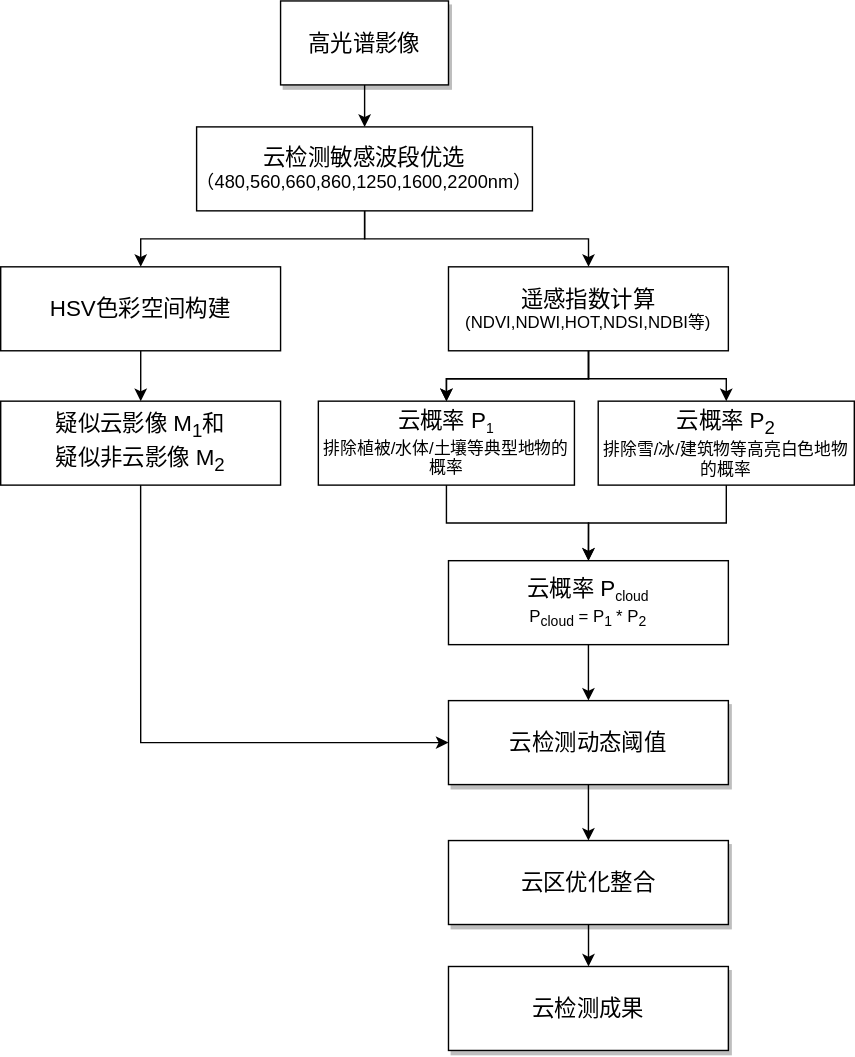
This is 高光谱论文.svg from tianjg/tianjg.github.io, a draw.io export, as it was before one commit. Source tidied: cells renumbered, new cells last; positions are measured from the earlier drawing's top-left corner, leaving out a move shared by most shapes.
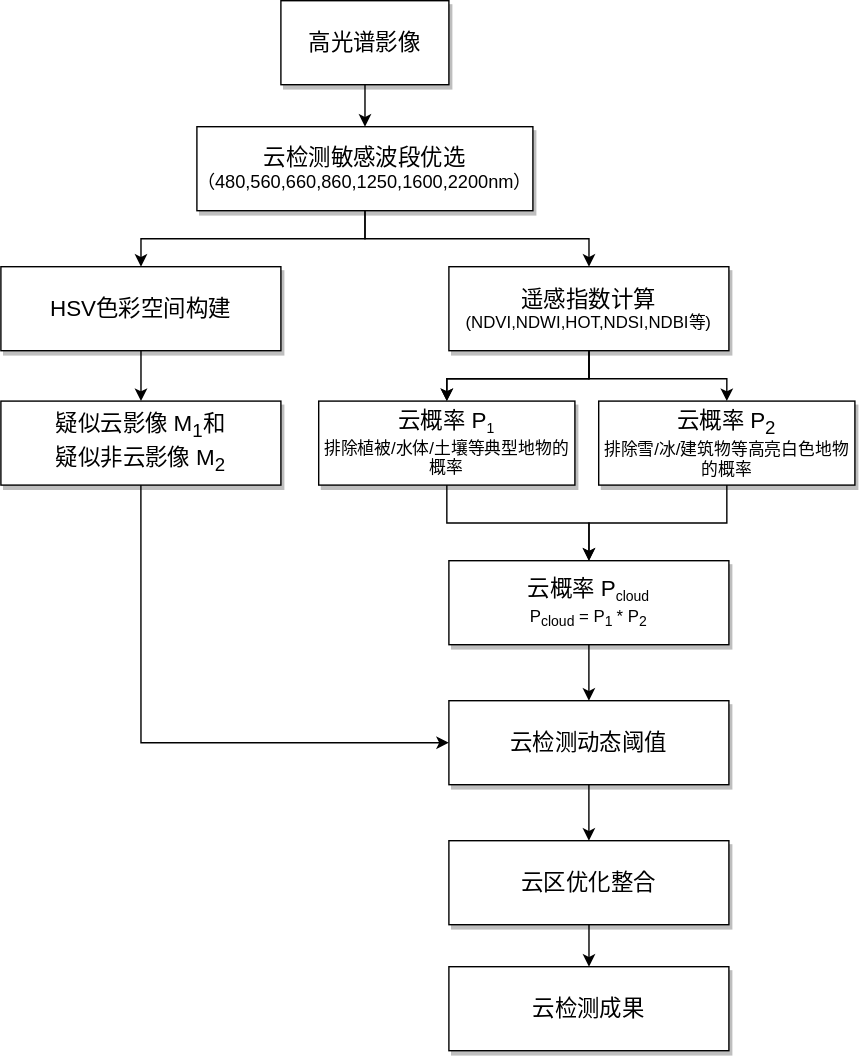
Later version of the same file.

Commit message:
更新高光谱论文.svg

What changed in the source:
```diff
@@ -14,13 +14,13 @@
     <mxCell id="5" style="edgeStyle=orthogonalEdgeStyle;rounded=0;jettySize=auto;html=1;" parent="1" edge="1" source="6" target="12">
       <mxGeometry relative="1" as="geometry" />
     </mxCell>
-    <mxCell id="6" value="&lt;font style=&quot;font-size: 16px&quot;&gt;云检测敏感波段优选&lt;/font&gt;&lt;br style=&quot;box-sizing: content-box ; margin: 0px ; padding: 0px&quot;&gt;&lt;font style=&quot;font-size: 13px&quot;&gt;（480,560,660,860,1250,1600,2200nm）&lt;/font&gt;" style="whiteSpace=wrap;html=1;rounded=0;" parent="1" vertex="1">
+    <mxCell id="6" value="&lt;font style=&quot;font-size: 16px&quot;&gt;云检测敏感波段优选&lt;/font&gt;&lt;br style=&quot;box-sizing: content-box ; margin: 0px ; padding: 0px&quot;&gt;&lt;font style=&quot;font-size: 13px&quot;&gt;（480,560,660,860,1250,1600,2200nm）&lt;/font&gt;" style="whiteSpace=wrap;html=1;rounded=0;shadow=1;" parent="1" vertex="1">
       <mxGeometry x="140" y="90" width="240" height="60" as="geometry" />
     </mxCell>
     <mxCell id="7" style="edgeStyle=orthogonalEdgeStyle;rounded=0;jettySize=auto;html=1;" parent="1" edge="1" source="8" target="14">
       <mxGeometry relative="1" as="geometry" />
     </mxCell>
-    <mxCell id="8" value="&lt;font style=&quot;font-size: 16px&quot;&gt;HSV色彩空间构建&lt;/font&gt;" style="whiteSpace=wrap;html=1;rounded=0;" parent="1" vertex="1">
+    <mxCell id="8" value="&lt;font style=&quot;font-size: 16px&quot;&gt;HSV色彩空间构建&lt;/font&gt;" style="whiteSpace=wrap;html=1;rounded=0;shadow=1;" parent="1" vertex="1">
       <mxGeometry y="190" width="200" height="60" as="geometry" />
     </mxCell>
     <mxCell id="9" style="edgeStyle=orthogonalEdgeStyle;rounded=0;jettySize=auto;html=1;" parent="1" edge="1" source="12" target="16">
@@ -32,7 +32,7 @@
     <mxCell id="11" style="edgeStyle=orthogonalEdgeStyle;rounded=0;jettySize=auto;html=1;entryX=0.5;entryY=0;entryDx=0;entryDy=0;" parent="1" edge="1" source="12" target="20">
       <mxGeometry relative="1" as="geometry" />
     </mxCell>
-    <mxCell id="12" value="&lt;font style=&quot;font-size: 16px&quot;&gt;遥感指数计算&lt;/font&gt;&lt;br style=&quot;box-sizing: content-box ; margin: 0px ; padding: 0px&quot;&gt;(NDVI,NDWI,HOT,NDSI,NDBI等)" style="whiteSpace=wrap;html=1;rounded=0;" parent="1" vertex="1">
+    <mxCell id="12" value="&lt;font style=&quot;font-size: 16px&quot;&gt;遥感指数计算&lt;/font&gt;&lt;br style=&quot;box-sizing: content-box ; margin: 0px ; padding: 0px&quot;&gt;(NDVI,NDWI,HOT,NDSI,NDBI等)" style="whiteSpace=wrap;html=1;rounded=0;shadow=1;" parent="1" vertex="1">
       <mxGeometry x="320" y="190" width="200" height="60" as="geometry" />
     </mxCell>
     <mxCell id="13" style="edgeStyle=orthogonalEdgeStyle;rounded=0;jettySize=auto;html=1;entryX=0;entryY=0.5;entryDx=0;entryDy=0;exitX=0.5;exitY=1;exitDx=0;exitDy=0;" parent="1" edge="1" source="14" target="22">
@@ -42,25 +42,25 @@
         </Array>
       </mxGeometry>
     </mxCell>
-    <mxCell id="14" value="&lt;font style=&quot;font-size: 16px&quot;&gt;疑似云影像 M&lt;sub&gt;1&lt;/sub&gt;和&lt;br&gt;疑似非云影像 M&lt;sub&gt;2&lt;/sub&gt;&lt;/font&gt;" style="whiteSpace=wrap;html=1;rounded=0;" parent="1" vertex="1">
+    <mxCell id="14" value="&lt;font style=&quot;font-size: 16px&quot;&gt;疑似云影像 M&lt;sub&gt;1&lt;/sub&gt;和&lt;br&gt;疑似非云影像 M&lt;sub&gt;2&lt;/sub&gt;&lt;/font&gt;" style="whiteSpace=wrap;html=1;rounded=0;shadow=1;" parent="1" vertex="1">
       <mxGeometry y="286" width="200" height="60" as="geometry" />
     </mxCell>
     <mxCell id="15" style="edgeStyle=orthogonalEdgeStyle;rounded=0;jettySize=auto;html=1;" parent="1" edge="1" source="16" target="18">
       <mxGeometry relative="1" as="geometry" />
     </mxCell>
-    <mxCell id="16" value="&lt;font style=&quot;font-size: 16px&quot;&gt;云概率 P&lt;/font&gt;&lt;font style=&quot;font-size: 12px&quot;&gt;&lt;sub&gt;1&lt;/sub&gt;&lt;/font&gt;&lt;br style=&quot;box-sizing: content-box ; margin: 0px ; padding: 0px&quot;&gt;排除植被/水体/土壤等典型地物的概率" style="whiteSpace=wrap;html=1;rounded=0;" parent="1" vertex="1">
+    <mxCell id="16" value="&lt;font style=&quot;font-size: 16px&quot;&gt;云概率 P&lt;/font&gt;&lt;font style=&quot;font-size: 12px&quot;&gt;&lt;sub&gt;1&lt;/sub&gt;&lt;/font&gt;&lt;br style=&quot;box-sizing: content-box ; margin: 0px ; padding: 0px&quot;&gt;排除植被/水体/土壤等典型地物的概率" style="whiteSpace=wrap;html=1;rounded=0;shadow=1;" parent="1" vertex="1">
       <mxGeometry x="227" y="286" width="183" height="60" as="geometry" />
     </mxCell>
     <mxCell id="17" style="edgeStyle=orthogonalEdgeStyle;rounded=0;jettySize=auto;html=1;" parent="1" edge="1" source="18" target="22">
       <mxGeometry relative="1" as="geometry" />
     </mxCell>
-    <mxCell id="18" value="&lt;font style=&quot;font-size: 16px&quot;&gt;云概率 P&lt;/font&gt;&lt;font style=&quot;font-size: 12px&quot;&gt;&lt;sub&gt;cloud&lt;/sub&gt;&lt;/font&gt;&lt;br style=&quot;box-sizing: content-box ; margin: 0px ; padding: 0px&quot;&gt;P&lt;sub&gt;cloud&lt;/sub&gt; = P&lt;sub&gt;1 &lt;/sub&gt;* P&lt;sub&gt;2&lt;/sub&gt;" style="whiteSpace=wrap;html=1;rounded=0;" parent="1" vertex="1">
+    <mxCell id="18" value="&lt;font style=&quot;font-size: 16px&quot;&gt;云概率 P&lt;/font&gt;&lt;font style=&quot;font-size: 12px&quot;&gt;&lt;sub&gt;cloud&lt;/sub&gt;&lt;/font&gt;&lt;br style=&quot;box-sizing: content-box ; margin: 0px ; padding: 0px&quot;&gt;P&lt;sub&gt;cloud&lt;/sub&gt; = P&lt;sub&gt;1 &lt;/sub&gt;* P&lt;sub&gt;2&lt;/sub&gt;" style="whiteSpace=wrap;html=1;rounded=0;shadow=1;" parent="1" vertex="1">
       <mxGeometry x="320" y="400" width="200" height="60" as="geometry" />
     </mxCell>
     <mxCell id="19" style="edgeStyle=orthogonalEdgeStyle;rounded=0;jettySize=auto;html=1;entryX=0.5;entryY=0;entryDx=0;entryDy=0;" parent="1" edge="1" source="20" target="18">
       <mxGeometry relative="1" as="geometry" />
     </mxCell>
-    <mxCell id="20" value="&lt;font style=&quot;font-size: 16px&quot;&gt;云概率 P&lt;sub&gt;2&lt;/sub&gt;&lt;/font&gt;&lt;br style=&quot;box-sizing: content-box ; margin: 0px ; padding: 0px&quot;&gt;排除雪/冰/建筑物等高亮白色地物的概率" style="whiteSpace=wrap;html=1;rounded=0;" parent="1" vertex="1">
+    <mxCell id="20" value="&lt;font style=&quot;font-size: 16px&quot;&gt;云概率 P&lt;sub&gt;2&lt;/sub&gt;&lt;/font&gt;&lt;br style=&quot;box-sizing: content-box ; margin: 0px ; padding: 0px&quot;&gt;排除雪/冰/建筑物等高亮白色地物的概率" style="whiteSpace=wrap;html=1;rounded=0;shadow=1;" parent="1" vertex="1">
       <mxGeometry x="427" y="286" width="183" height="60" as="geometry" />
     </mxCell>
     <mxCell id="21" style="edgeStyle=orthogonalEdgeStyle;rounded=0;jettySize=auto;html=1;fontSize=16;" parent="1" edge="1" source="22" target="24">
```
